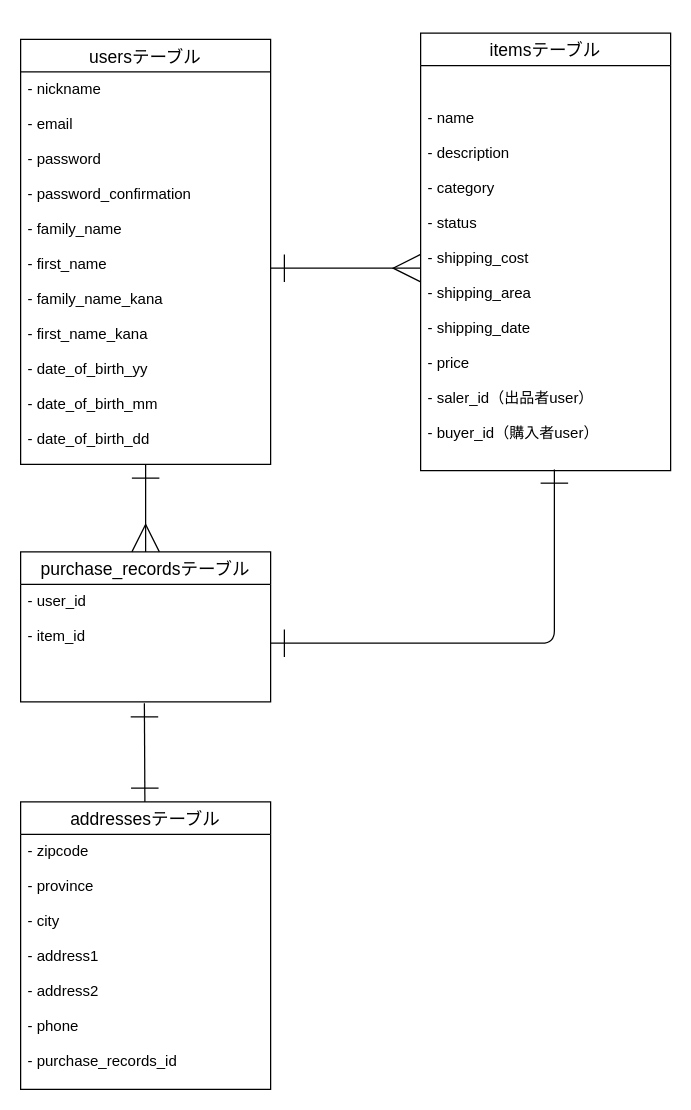
This is furima.dio from nekoyarow/furima-38317, a draw.io file, before an edit. Source tidied: cells renumbered, new cells numbered last; positions are measured from the earlier drawing's top-left corner, leaving out a move shared by most shapes. Both pictures are drawn from the tidied source at 125%, with x=0, y=0 at pixel (20, 32).
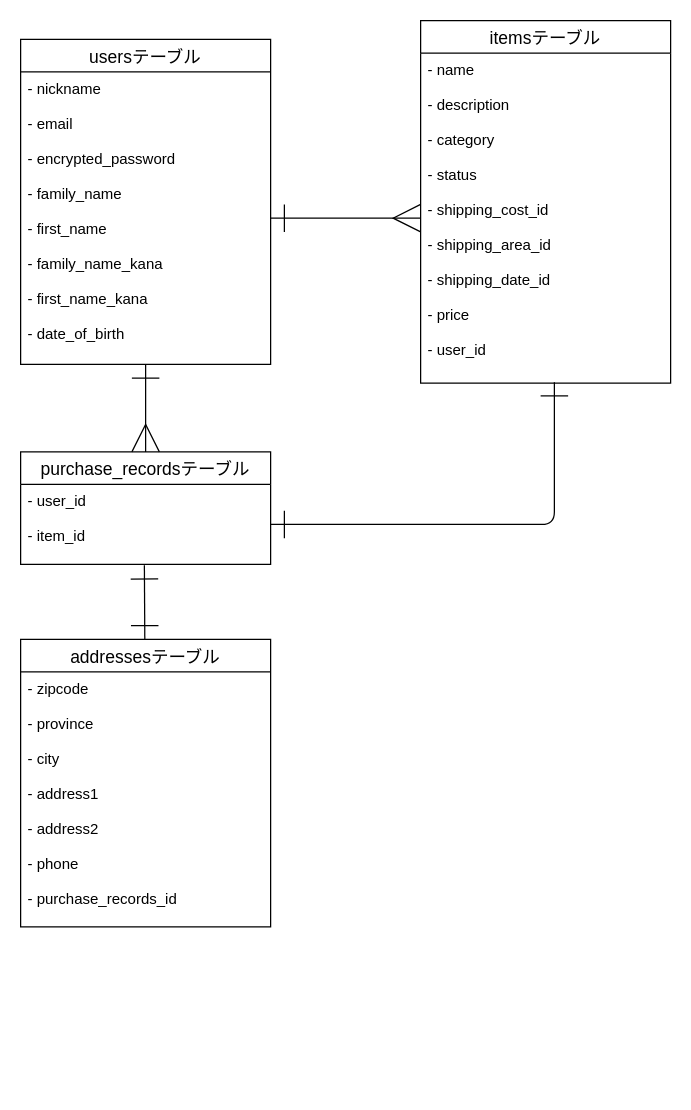
The same page after the edit.

Commit message (it also covers changes not shown here):
ER図とREADMEの修正

What changed in the source:
```diff
@@
 <mxGraphModel>
   <root>
     <mxCell id="0" />
     <mxCell id="1" parent="0" />
     <mxCell id="2" value="usersテーブル" style="swimlane;fontStyle=0;horizontal=1;startSize=26;align=center;fontSize=14;" parent="1" vertex="1">
-      <mxGeometry y="5" width="200" height="340" as="geometry" />
+      <mxGeometry y="5" width="200" height="260" as="geometry" />
     </mxCell>
-    <mxCell id="3" value="- nickname&#10;&#10;- email&#10;&#10;- password&#10;&#10;- password_confirmation&#10;&#10;- family_name&#10;&#10;- first_name&#10;&#10;- family_name_kana&#10;&#10;- first_name_kana&#10;&#10;- date_of_birth_yy&#10;&#10;- date_of_birth_mm&#10;&#10;- date_of_birth_dd" style="text;strokeColor=none;fillColor=none;spacingLeft=4;spacingRight=4;overflow=hidden;points=[[0,0.5],[1,0.5]];portConstraint=eastwest;fontSize=12;" parent="2" vertex="1">
-      <mxGeometry y="26" width="200" height="314" as="geometry" />
+    <mxCell id="3" value="- nickname&#10;&#10;- email&#10;&#10;- encrypted_password&#10;&#10;- family_name&#10;&#10;- first_name&#10;&#10;- family_name_kana&#10;&#10;- first_name_kana&#10;&#10;- date_of_birth" style="text;strokeColor=none;fillColor=none;spacingLeft=4;spacingRight=4;overflow=hidden;points=[[0,0.5],[1,0.5]];portConstraint=eastwest;fontSize=12;" parent="2" vertex="1">
+      <mxGeometry y="26" width="200" height="234" as="geometry" />
     </mxCell>
     <mxCell id="4" value="itemsテーブル" style="swimlane;fontStyle=0;horizontal=1;startSize=26;align=center;fontSize=14;" parent="1" vertex="1">
-      <mxGeometry x="320" width="200" height="350" as="geometry" />
+      <mxGeometry x="320" y="-10" width="200" height="290" as="geometry" />
     </mxCell>
-    <mxCell id="5" value="&#10;&#10;- name&#10;&#10;- description&#10;&#10;- category&#10;&#10;- status&#10;&#10;- shipping_cost&#10;&#10;- shipping_area&#10;&#10;- shipping_date&#10;&#10;- price&#10;&#10;- saler_id（出品者user）&#10;&#10;- buyer_id（購入者user）&#10;&#10;" style="text;strokeColor=none;fillColor=none;spacingLeft=4;spacingRight=4;overflow=hidden;points=[[0,0.5],[1,0.5]];portConstraint=eastwest;fontSize=12;" parent="4" vertex="1">
-      <mxGeometry y="26" width="200" height="324" as="geometry" />
+    <mxCell id="5" value="- name&#10;&#10;- description&#10;&#10;- category&#10;&#10;- status&#10;&#10;- shipping_cost_id&#10;&#10;- shipping_area_id&#10;&#10;- shipping_date_id&#10;&#10;- price&#10;&#10;- user_id" style="text;strokeColor=none;fillColor=none;spacingLeft=4;spacingRight=4;overflow=hidden;points=[[0,0.5],[1,0.5]];portConstraint=eastwest;fontSize=12;" parent="4" vertex="1">
+      <mxGeometry y="26" width="200" height="264" as="geometry" />
     </mxCell>
     <mxCell id="6" style="html=1;startArrow=ERone;startFill=0;endArrow=ERone;endFill=0;startSize=20;endSize=20;strokeWidth=1;entryX=0.495;entryY=1.011;entryDx=0;entryDy=0;entryPerimeter=0;" parent="1" edge="1" source="7" target="10">
       <mxGeometry relative="1" as="geometry" />
     </mxCell>
     <mxCell id="7" value="addressesテーブル" style="swimlane;fontStyle=0;horizontal=1;startSize=26;align=center;fontSize=14;" parent="1" vertex="1">
-      <mxGeometry y="615" width="200" height="230" as="geometry" />
+      <mxGeometry y="485" width="200" height="230" as="geometry" />
     </mxCell>
     <mxCell id="8" value="- zipcode&#10;&#10;- province&#10;&#10;- city&#10;&#10;- address1&#10;&#10;- address2&#10;&#10;- phone&#10;&#10;- purchase_records_id&#10;&#10;" style="text;strokeColor=none;fillColor=none;spacingLeft=4;spacingRight=4;overflow=hidden;fontSize=12;" parent="7" vertex="1">
       <mxGeometry y="26" width="200" height="204" as="geometry" />
     </mxCell>
     <mxCell id="9" value="purchase_recordsテーブル" style="swimlane;fontStyle=0;horizontal=1;startSize=26;align=center;fontSize=14;" parent="1" vertex="1">
-      <mxGeometry y="415" width="200" height="120" as="geometry" />
+      <mxGeometry y="335" width="200" height="90" as="geometry" />
     </mxCell>
     <mxCell id="10" value="- user_id&#10;&#10;- item_id&#10;&#10;" style="text;strokeColor=none;fillColor=none;spacingLeft=4;spacingRight=4;overflow=hidden;points=[[0,0.5],[1,0.5]];portConstraint=eastwest;fontSize=12;" parent="9" vertex="1">
-      <mxGeometry y="26" width="200" height="94" as="geometry" />
+      <mxGeometry y="26" width="200" height="64" as="geometry" />
     </mxCell>
     <mxCell id="11" style="edgeStyle=none;html=1;startArrow=ERone;startFill=0;endArrow=ERmany;endFill=0;startSize=20;endSize=20;strokeWidth=1;" parent="1" edge="1" source="3" target="5">
       <mxGeometry relative="1" as="geometry" />
     </mxCell>
     <mxCell id="12" style="html=1;startArrow=ERone;startFill=0;endArrow=ERmany;endFill=0;startSize=20;endSize=20;strokeWidth=1;entryX=0.5;entryY=0;entryDx=0;entryDy=0;" parent="1" edge="1" source="3" target="9">
       <mxGeometry relative="1" as="geometry" />
     </mxCell>
     <mxCell id="13" style="edgeStyle=orthogonalEdgeStyle;html=1;entryX=0.535;entryY=0.997;entryDx=0;entryDy=0;entryPerimeter=0;startArrow=ERone;startFill=0;endArrow=ERone;endFill=0;startSize=20;endSize=20;strokeWidth=1;" parent="1" edge="1" source="10" target="5">
       <mxGeometry relative="1" as="geometry" />
     </mxCell>
   </root>
 </mxGraphModel>
```
